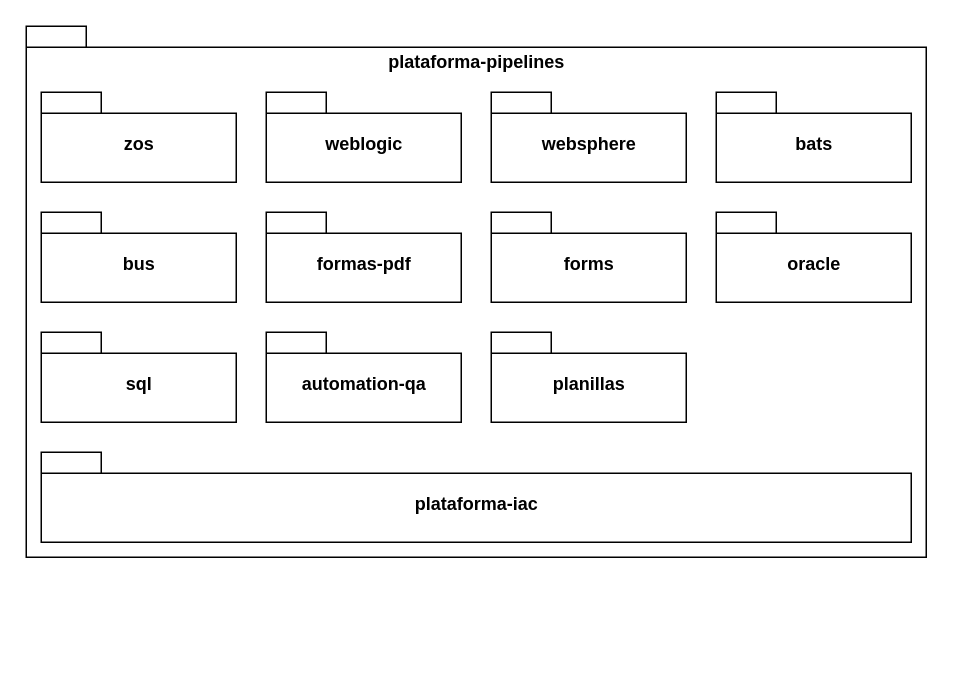
The draw.io diagram images/logica-pipelines-nivel-0.drawio in fjroldan/diagrams, before the edit. Source tidied: cells renumbered, new cells numbered last; positions are measured from the earlier drawing's top-left corner, leaving out a move shared by most shapes. Both pictures are drawn from the tidied source at 150%, with x=0, y=0 at pixel (26, 26).
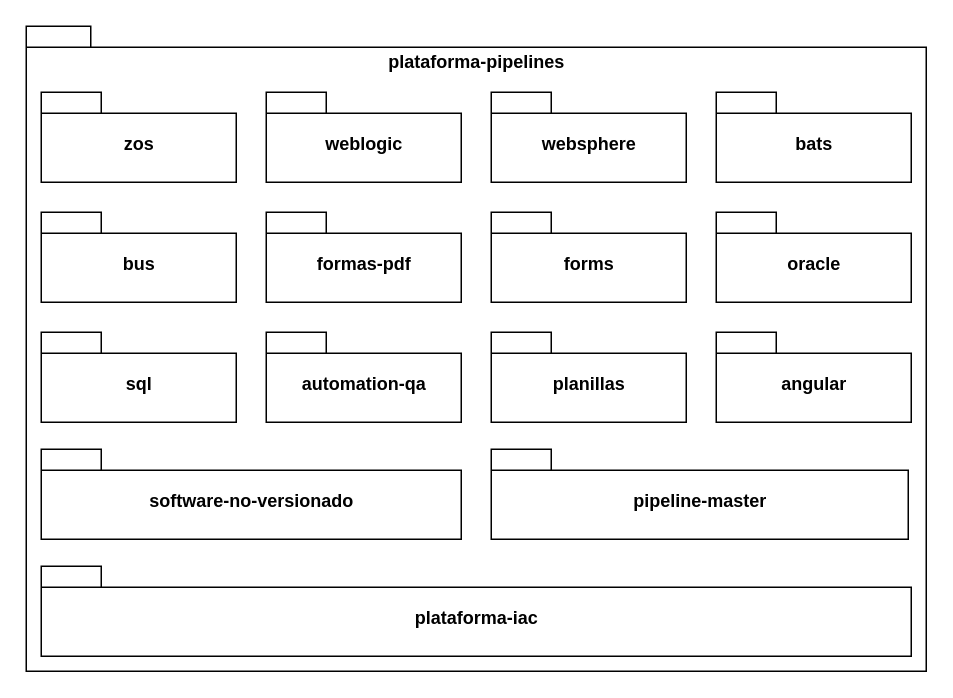
The same page after the edit.

Diff of the diagram source:
```diff
@@
 <mxGraphModel>
   <root>
     <mxCell id="0" />
     <mxCell id="1" parent="0" />
     <mxCell id="2" value="plataforma-pipelines" style="shape=folder;fontStyle=1;spacingTop=10;tabWidth=40;tabHeight=14;tabPosition=left;html=1;verticalAlign=top;" parent="1" vertex="1">
-      <mxGeometry width="600" height="354" as="geometry" />
+      <mxGeometry width="600" height="430" as="geometry" />
     </mxCell>
     <mxCell id="3" value="zos" style="shape=folder;fontStyle=1;spacingTop=10;tabWidth=40;tabHeight=14;tabPosition=left;html=1;" parent="1" vertex="1">
       <mxGeometry x="10" y="44" width="130" height="60" as="geometry" />
     </mxCell>
     <mxCell id="4" value="weblogic" style="shape=folder;fontStyle=1;spacingTop=10;tabWidth=40;tabHeight=14;tabPosition=left;html=1;" parent="1" vertex="1">
       <mxGeometry x="160" y="44" width="130" height="60" as="geometry" />
     </mxCell>
     <mxCell id="5" value="websphere" style="shape=folder;fontStyle=1;spacingTop=10;tabWidth=40;tabHeight=14;tabPosition=left;html=1;" parent="1" vertex="1">
       <mxGeometry x="310" y="44" width="130" height="60" as="geometry" />
     </mxCell>
     <mxCell id="6" value="bats" style="shape=folder;fontStyle=1;spacingTop=10;tabWidth=40;tabHeight=14;tabPosition=left;html=1;" parent="1" vertex="1">
       <mxGeometry x="460" y="44" width="130" height="60" as="geometry" />
     </mxCell>
     <mxCell id="7" value="bus" style="shape=folder;fontStyle=1;spacingTop=10;tabWidth=40;tabHeight=14;tabPosition=left;html=1;" parent="1" vertex="1">
       <mxGeometry x="10" y="124" width="130" height="60" as="geometry" />
     </mxCell>
     <mxCell id="8" value="formas-pdf" style="shape=folder;fontStyle=1;spacingTop=10;tabWidth=40;tabHeight=14;tabPosition=left;html=1;" parent="1" vertex="1">
       <mxGeometry x="160" y="124" width="130" height="60" as="geometry" />
     </mxCell>
     <mxCell id="9" value="forms" style="shape=folder;fontStyle=1;spacingTop=10;tabWidth=40;tabHeight=14;tabPosition=left;html=1;" parent="1" vertex="1">
       <mxGeometry x="310" y="124" width="130" height="60" as="geometry" />
     </mxCell>
     <mxCell id="10" value="oracle" style="shape=folder;fontStyle=1;spacingTop=10;tabWidth=40;tabHeight=14;tabPosition=left;html=1;" parent="1" vertex="1">
       <mxGeometry x="460" y="124" width="130" height="60" as="geometry" />
     </mxCell>
     <mxCell id="11" value="sql" style="shape=folder;fontStyle=1;spacingTop=10;tabWidth=40;tabHeight=14;tabPosition=left;html=1;" parent="1" vertex="1">
       <mxGeometry x="10" y="204" width="130" height="60" as="geometry" />
     </mxCell>
     <mxCell id="12" value="automation-qa" style="shape=folder;fontStyle=1;spacingTop=10;tabWidth=40;tabHeight=14;tabPosition=left;html=1;" parent="1" vertex="1">
       <mxGeometry x="160" y="204" width="130" height="60" as="geometry" />
     </mxCell>
     <mxCell id="13" value="planillas" style="shape=folder;fontStyle=1;spacingTop=10;tabWidth=40;tabHeight=14;tabPosition=left;html=1;" parent="1" vertex="1">
       <mxGeometry x="310" y="204" width="130" height="60" as="geometry" />
     </mxCell>
     <mxCell id="14" value="plataforma-iac" style="shape=folder;fontStyle=1;spacingTop=10;tabWidth=40;tabHeight=14;tabPosition=left;html=1;" parent="1" vertex="1">
-      <mxGeometry x="10" y="284" width="580" height="60" as="geometry" />
+      <mxGeometry x="10" y="360" width="580" height="60" as="geometry" />
     </mxCell>
+    <mxCell id="15" value="angular" style="shape=folder;fontStyle=1;spacingTop=10;tabWidth=40;tabHeight=14;tabPosition=left;html=1;" parent="1" vertex="1">
+      <mxGeometry x="460" y="204" width="130" height="60" as="geometry" />
+    </mxCell>
+    <mxCell id="16" value="software-no-versionado" style="shape=folder;fontStyle=1;spacingTop=10;tabWidth=40;tabHeight=14;tabPosition=left;html=1;" parent="1" vertex="1">
+      <mxGeometry x="10" y="282" width="280" height="60" as="geometry" />
+    </mxCell>
+    <mxCell id="17" value="pipeline-master" style="shape=folder;fontStyle=1;spacingTop=10;tabWidth=40;tabHeight=14;tabPosition=left;html=1;" parent="1" vertex="1">
+      <mxGeometry x="310" y="282" width="278" height="60" as="geometry" />
+    </mxCell>
   </root>
 </mxGraphModel>
```
